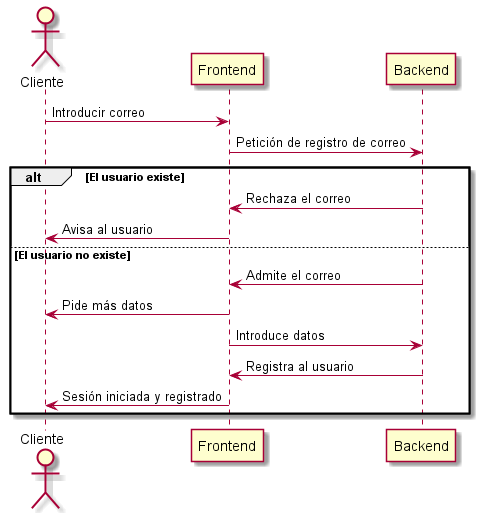
The PlantUML diagram images/Diagrama Registro.png in Arquisoft/Arquisoft-dede_es_02b, before a commit. Source of this version:
```plantuml
@startuml
actor Cliente
participant Frontend
participant Backend
Cliente -> Frontend: Introducir correo
Frontend -> Backend: Petición de registro de correo
alt El usuario existe
    Backend -> Frontend: Rechaza el correo
    Frontend -> Cliente: Avisa al usuario
else El usuario no existe
    Backend -> Frontend: Admite el correo
    Frontend -> Cliente: Pide más datos
    Frontend -> Backend: Introduce datos
    Backend -> Frontend: Registra al usuario
    Frontend -> Cliente: Sesión iniciada y registrado
end
@enduml
```
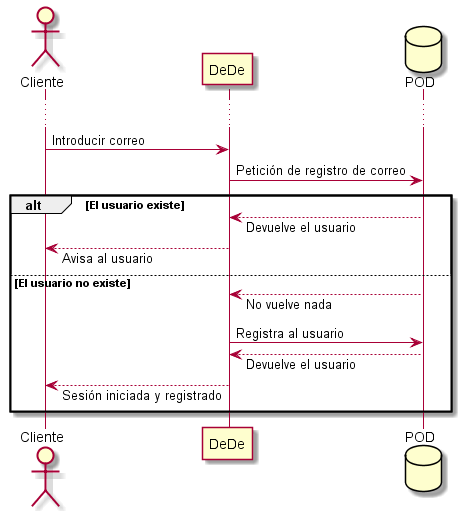
After the change.

Change to the diagram source:
```diff
@@ -1,17 +1,20 @@
 @startuml
 actor Cliente
-participant Frontend
-participant Backend
-Cliente -> Frontend: Introducir correo
-Frontend -> Backend: Petición de registro de correo
+participant DeDe
+database POD
+
+skinparam responseMessageBelowArrow true
+...
+
+Cliente -> DeDe: Introducir correo
+DeDe -> POD: Petición de registro de correo
 alt El usuario existe
-    Backend -> Frontend: Rechaza el correo
-    Frontend -> Cliente: Avisa al usuario
+    POD --> DeDe: Devuelve el usuario
+    DeDe --> Cliente: Avisa al usuario
 else El usuario no existe
-    Backend -> Frontend: Admite el correo
-    Frontend -> Cliente: Pide más datos
-    Frontend -> Backend: Introduce datos
-    Backend -> Frontend: Registra al usuario
-    Frontend -> Cliente: Sesión iniciada y registrado
+    POD --> DeDe: No vuelve nada
+    DeDe -> POD: Registra al usuario
+    POD --> DeDe: Devuelve el usuario
+    DeDe --> Cliente: Sesión iniciada y registrado
 end
 @enduml
```
